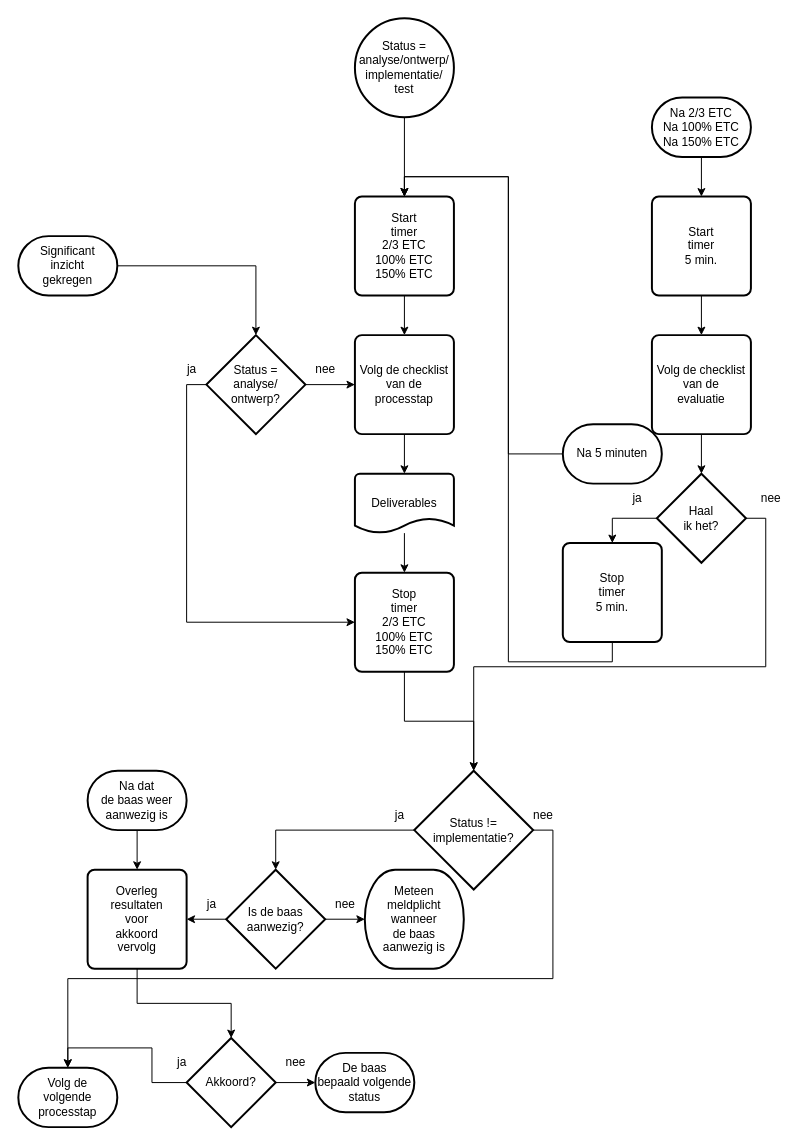
Zaibatsu89/IssueTracker keeps this draw.io diagram as 2 Issue Tracker tijdtriggers.drawio. Above is the earlier version. Source tidied: cells renumbered, new cells numbered last; positions are measured from the earlier drawing's top-left corner, leaving out a move shared by most shapes. Both pictures are drawn from the tidied source at 99%, with x=0, y=0 at pixel (18, 18).
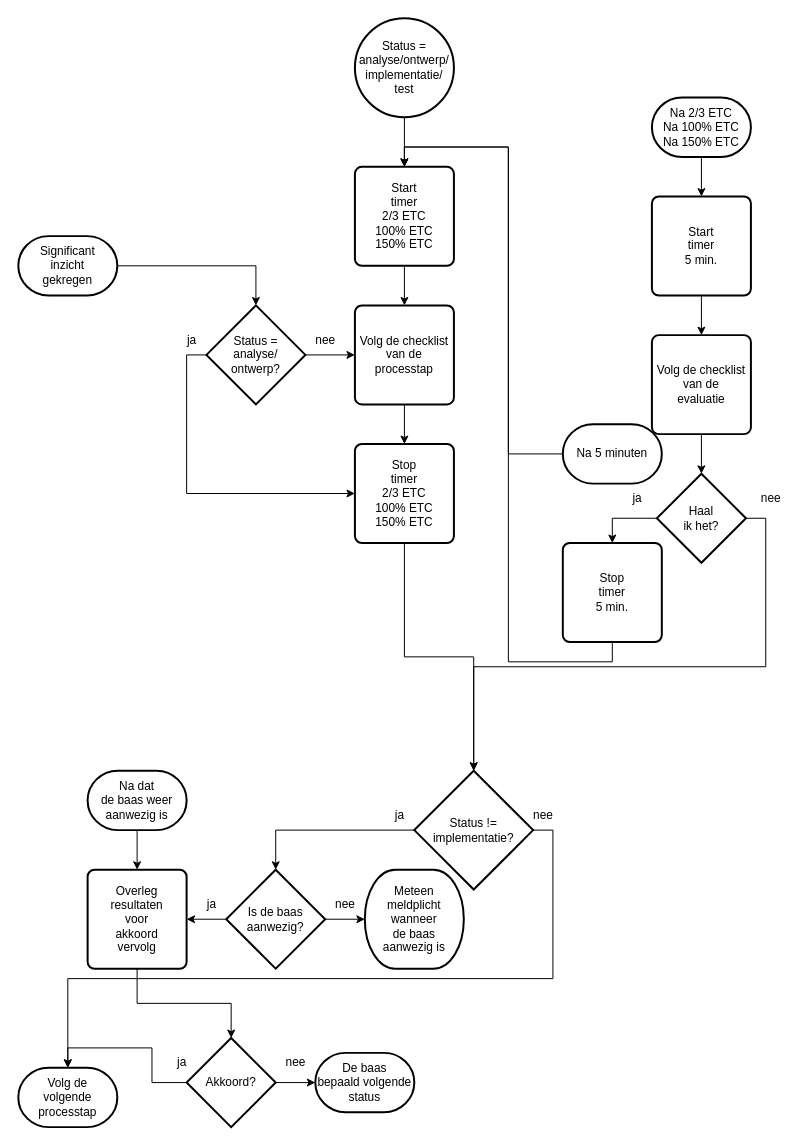
Above is the later version.

Commit message (it also covers changes not shown here):
"Deliverables" past niet in flowchart

The edit, as a diff of the source:
```diff
@@
     <mxCell id="5" value="Start&lt;br&gt;timer&lt;br&gt;2/3 ETC&lt;br&gt;100% ETC&lt;br&gt;150% ETC" style="rounded=1;whiteSpace=wrap;html=1;absoluteArcSize=1;arcSize=14;strokeWidth=2;" parent="1" vertex="1">
-      <mxGeometry x="340" y="180" width="100" height="100" as="geometry" />
+      <mxGeometry x="340" y="150" width="100" height="100" as="geometry" />
     </mxCell>
-    <mxCell id="6" style="edgeStyle=orthogonalEdgeStyle;rounded=0;jettySize=auto;html=1;" parent="1" edge="1" source="7" target="27">
-      <mxGeometry relative="1" as="geometry" />
-    </mxCell>
+    <mxCell id="58" style="edgeStyle=orthogonalEdgeStyle;rounded=0;jettySize=auto;html=1;" parent="1" edge="1" source="7" target="19">
+      <mxGeometry relative="1" as="geometry" />
+    </mxCell>
     <mxCell id="7" value="Volg de checklist&lt;br&gt;van de&lt;br&gt;processtap" style="rounded=1;whiteSpace=wrap;html=1;absoluteArcSize=1;arcSize=14;strokeWidth=2;" parent="1" vertex="1">
-      <mxGeometry x="340" y="320" width="100" height="100" as="geometry" />
+      <mxGeometry x="340" y="290" width="100" height="100" as="geometry" />
     </mxCell>
@@
     <mxCell id="19" value="Stop&lt;br&gt;timer&lt;br&gt;2/3 ETC&lt;br&gt;100% ETC&lt;br&gt;150% ETC" style="rounded=1;whiteSpace=wrap;html=1;absoluteArcSize=1;arcSize=14;strokeWidth=2;" parent="1" vertex="1">
-      <mxGeometry x="340" y="560" width="100" height="100" as="geometry" />
+      <mxGeometry x="340" y="430" width="100" height="100" as="geometry" />
     </mxCell>
@@
-    <mxCell id="26" style="edgeStyle=orthogonalEdgeStyle;rounded=0;jettySize=auto;html=1;" parent="1" edge="1" source="27" target="19">
-      <mxGeometry relative="1" as="geometry" />
-    </mxCell>
-    <mxCell id="27" value="Deliverables" style="strokeWidth=2;html=1;shape=mxgraph.flowchart.document2;whiteSpace=wrap;size=0.25;" parent="1" vertex="1">
-      <mxGeometry x="340" y="460" width="100" height="60" as="geometry" />
-    </mxCell>
@@
     <mxCell id="54" value="Status =&lt;br&gt;analyse/&lt;br&gt;ontwerp?" style="strokeWidth=2;html=1;shape=mxgraph.flowchart.decision;whiteSpace=wrap;" parent="1" vertex="1">
-      <mxGeometry x="190" y="320" width="100" height="100" as="geometry" />
+      <mxGeometry x="190" y="290" width="100" height="100" as="geometry" />
     </mxCell>
@@
     <mxCell id="56" value="nee" style="text;html=1;align=center;verticalAlign=middle;strokeColor=none;fillColor=none;" parent="1" vertex="1">
-      <mxGeometry x="290" y="340" width="40" height="30" as="geometry" />
+      <mxGeometry x="290" y="310" width="40" height="30" as="geometry" />
     </mxCell>
     <mxCell id="57" value="ja" style="text;html=1;align=center;verticalAlign=middle;strokeColor=none;fillColor=none;" parent="1" vertex="1">
-      <mxGeometry x="160" y="340" width="30" height="30" as="geometry" />
+      <mxGeometry x="160" y="310" width="30" height="30" as="geometry" />
     </mxCell>
```
